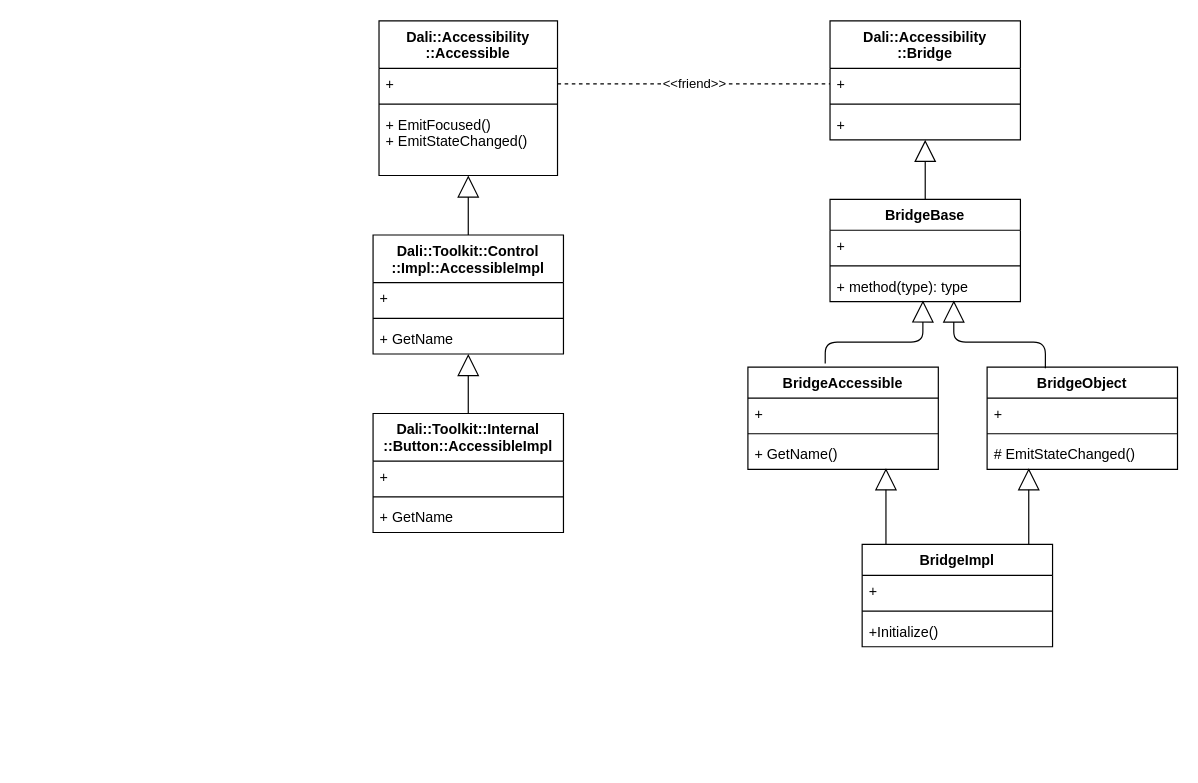
taehyub/hello-world keeps this draw.io diagram as Untitled Diagram.drawio. Above is the earlier version. Source tidied: cells renumbered, new cells numbered last; positions are measured from the earlier drawing's top-left corner, leaving out a move shared by most shapes. Both pictures are drawn from the tidied source at 119%, with x=0, y=0 at pixel (372, 20).
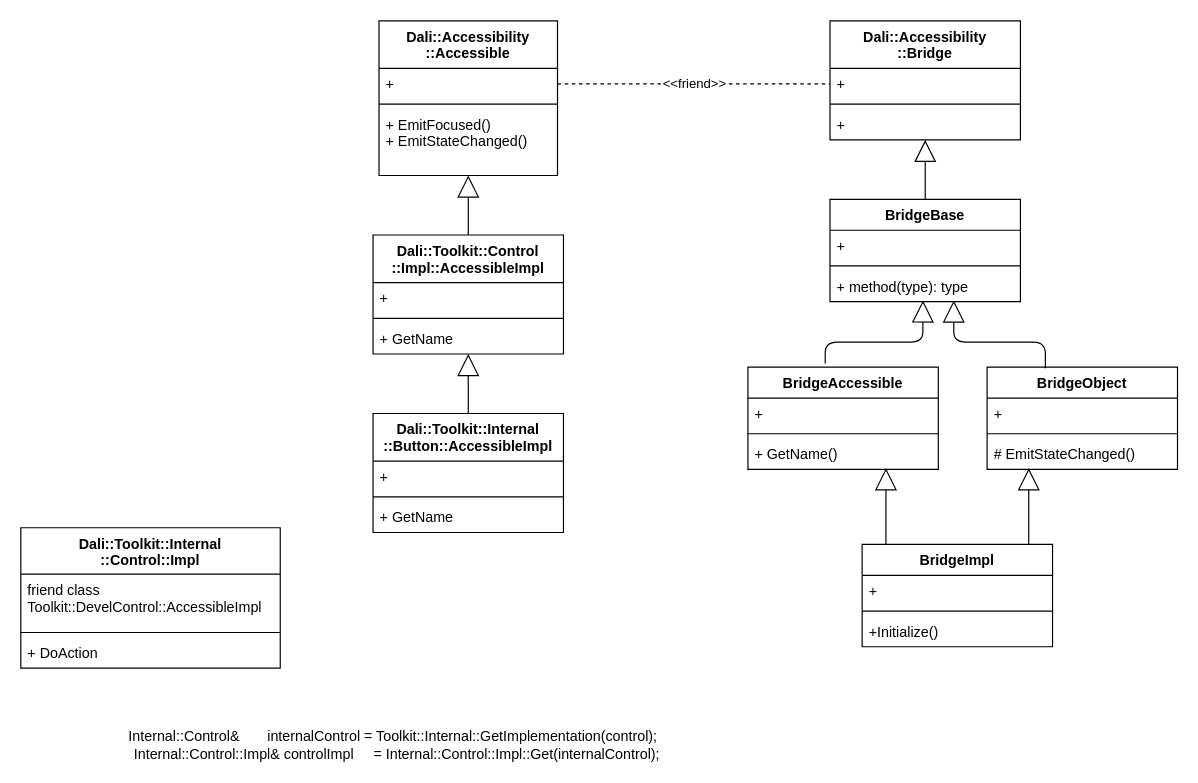
The same diagram, later.

What changed in the source:
```diff
@@
+    <mxCell id="42" value="Internal::Control&amp;       internalControl = Toolkit::Internal::GetImplementation(control);&#10;  Internal::Control::Impl&amp; controlImpl     = Internal::Control::Impl::Get(internalControl);" style="text;html=1;strokeColor=none;fillColor=none;align=center;verticalAlign=middle;whiteSpace=wrap;rounded=0;" parent="1" vertex="1">
+      <mxGeometry x="-264" y="599" width="562" height="20" as="geometry" />
+    </mxCell>
+    <mxCell id="43" value="Dali::Toolkit::Internal&#10;::Control::Impl" style="swimlane;fontStyle=1;align=center;verticalAlign=top;horizontal=1;startSize=39;" parent="1" vertex="1">
+      <mxGeometry x="-296" y="426" width="218" height="118" as="geometry" />
+    </mxCell>
+    <mxCell id="44" value="friend class&#10;Toolkit::DevelControl::AccessibleImpl" style="text;strokeColor=none;fillColor=none;align=left;verticalAlign=top;spacingLeft=4;spacingRight=4;overflow=hidden;" parent="43" vertex="1">
+      <mxGeometry y="39" width="218" height="45" as="geometry" />
+    </mxCell>
+    <mxCell id="45" style="line;strokeWidth=1;fillColor=none;align=left;verticalAlign=middle;spacingTop=-1;spacingLeft=3;spacingRight=3;labelPosition=right;" parent="43" vertex="1">
+      <mxGeometry y="84" width="218" height="8" as="geometry" />
+    </mxCell>
+    <mxCell id="46" value="+ DoAction" style="text;strokeColor=none;fillColor=none;align=left;verticalAlign=top;spacingLeft=4;spacingRight=4;overflow=hidden;" parent="43" vertex="1">
+      <mxGeometry y="92" width="218" height="26" as="geometry" />
+    </mxCell>
```
